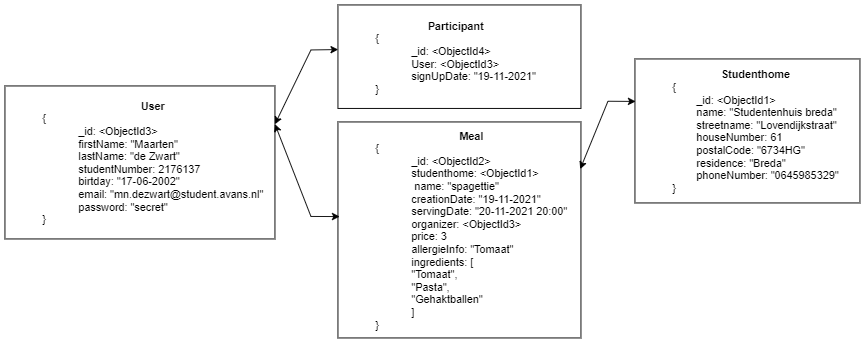
Above: src/assets/images/datamodel.png in 16Maarten/Samen-Eten-Angular (draw.io), before the change. Source tidied: cells renumbered, new cells last; positions are measured from the earlier drawing's top-left corner, leaving out a move shared by most shapes. The source it was exported from:
```xml
<mxGraphModel>
  <root>
    <mxCell id="0" />
    <mxCell id="1" parent="0" />
    <mxCell id="2" value="&lt;blockquote style=&quot;text-align: center ; margin: 0px 0px 0px 40px ; border: none ; padding: 0px&quot;&gt;&lt;b&gt;Studenthome&lt;/b&gt;&lt;/blockquote&gt;&lt;blockquote style=&quot;margin: 0 0 0 40px ; border: none ; padding: 0px&quot;&gt;{&lt;br&gt;&lt;span style=&quot;white-space: pre&quot;&gt;&#9;&lt;/span&gt;_id: &amp;lt;ObjectId1&amp;gt;&lt;br&gt;&lt;span style=&quot;white-space: pre&quot;&gt;&#9;&lt;/span&gt;name: &quot;Studentenhuis breda&quot;&lt;br&gt;&lt;span style=&quot;white-space: pre&quot;&gt;&#9;&lt;/span&gt;streetname: &quot;Lovendijkstraat&quot;&lt;br&gt;&lt;span style=&quot;white-space: pre&quot;&gt;&#9;&lt;/span&gt;houseNumber: 61&lt;br&gt;&lt;span style=&quot;white-space: pre&quot;&gt;&#9;&lt;/span&gt;postalCode: &quot;6734HG&quot;&lt;br&gt;&lt;span style=&quot;white-space: pre&quot;&gt;&#9;&lt;/span&gt;residence: &quot;Breda&quot;&lt;br&gt;&lt;span style=&quot;white-space: pre&quot;&gt;&#9;&lt;/span&gt;phoneNumber: &quot;0645985329&quot;&lt;br&gt;}&lt;/blockquote&gt;" style="rounded=0;whiteSpace=wrap;html=1;align=left;" parent="1" vertex="1">
      <mxGeometry x="700" y="60" width="250" height="160" as="geometry" />
    </mxCell>
    <mxCell id="3" value="&lt;blockquote style=&quot;text-align: center ; margin: 0px 0px 0px 40px ; border: none ; padding: 0px&quot;&gt;&lt;span&gt;&lt;b&gt;Meal&lt;/b&gt;&lt;/span&gt;&lt;/blockquote&gt;&lt;blockquote style=&quot;margin: 0 0 0 40px ; border: none ; padding: 0px&quot;&gt;&lt;span&gt;{&lt;/span&gt;&lt;blockquote style=&quot;margin: 0 0 0 40px ; border: none ; padding: 0px&quot;&gt;_id: &amp;lt;ObjectId2&amp;gt;&lt;/blockquote&gt;&lt;blockquote style=&quot;margin: 0 0 0 40px ; border: none ; padding: 0px&quot;&gt;studenthome:&amp;nbsp;&lt;span&gt;&amp;lt;ObjectId1&amp;gt;&lt;/span&gt;&lt;/blockquote&gt;&lt;blockquote style=&quot;margin: 0 0 0 40px ; border: none ; padding: 0px&quot;&gt;&amp;nbsp;&lt;span&gt;name: &quot;spagettie&quot;&lt;/span&gt;&lt;/blockquote&gt;&lt;blockquote style=&quot;margin: 0 0 0 40px ; border: none ; padding: 0px&quot;&gt;creationDate: &quot;19-11-2021&quot;&lt;/blockquote&gt;&lt;blockquote style=&quot;margin: 0 0 0 40px ; border: none ; padding: 0px&quot;&gt;servingDate: &quot;20-11-2021 20:00&quot;&lt;/blockquote&gt;&lt;blockquote style=&quot;margin: 0 0 0 40px ; border: none ; padding: 0px&quot;&gt;&lt;span&gt;organizer:&amp;nbsp;&lt;/span&gt;&lt;span&gt;&amp;lt;ObjectId3&amp;gt;&lt;/span&gt;&lt;/blockquote&gt;&lt;blockquote style=&quot;margin: 0 0 0 40px ; border: none ; padding: 0px&quot;&gt;price: 3&lt;/blockquote&gt;&lt;blockquote style=&quot;margin: 0 0 0 40px ; border: none ; padding: 0px&quot;&gt;allergieInfo: &quot;Tomaat&quot;&lt;/blockquote&gt;&lt;blockquote style=&quot;margin: 0 0 0 40px ; border: none ; padding: 0px&quot;&gt;ingredients: [&lt;/blockquote&gt;&lt;blockquote style=&quot;margin: 0 0 0 40px ; border: none ; padding: 0px&quot;&gt;&quot;Tomaat&quot;,&lt;/blockquote&gt;&lt;blockquote style=&quot;margin: 0 0 0 40px ; border: none ; padding: 0px&quot;&gt;&quot;Pasta&quot;,&lt;/blockquote&gt;&lt;blockquote style=&quot;margin: 0 0 0 40px ; border: none ; padding: 0px&quot;&gt;&quot;Gehaktballen&quot;&lt;/blockquote&gt;&lt;blockquote style=&quot;margin: 0 0 0 40px ; border: none ; padding: 0px&quot;&gt;]&lt;/blockquote&gt;&lt;div&gt;&lt;span&gt;}&lt;/span&gt;&lt;/div&gt;&lt;/blockquote&gt;&lt;span&gt;&lt;/span&gt;&lt;span&gt;&#9;&lt;/span&gt;&lt;span&gt;&lt;/span&gt;" style="rounded=0;whiteSpace=wrap;html=1;align=left;" parent="1" vertex="1">
      <mxGeometry x="370" y="130" width="270" height="240" as="geometry" />
    </mxCell>
    <mxCell id="4" value="&lt;blockquote style=&quot;text-align: center ; margin: 0px 0px 0px 40px ; border: none ; padding: 0px&quot;&gt;&lt;span&gt;&lt;b&gt;User&lt;/b&gt;&lt;/span&gt;&lt;/blockquote&gt;&lt;blockquote style=&quot;margin: 0 0 0 40px ; border: none ; padding: 0px&quot;&gt;&lt;span&gt;{&lt;br&gt;&lt;/span&gt;&lt;/blockquote&gt;&lt;blockquote style=&quot;margin: 0 0 0 40px ; border: none ; padding: 0px&quot;&gt;&lt;blockquote style=&quot;margin: 0 0 0 40px ; border: none ; padding: 0px&quot;&gt;&lt;span&gt;_id: &amp;lt;ObjectId3&amp;gt;&lt;/span&gt;&lt;/blockquote&gt;&lt;blockquote style=&quot;margin: 0 0 0 40px ; border: none ; padding: 0px&quot;&gt;&lt;span&gt;firstName: &quot;Maarten&quot;&lt;/span&gt;&lt;/blockquote&gt;&lt;blockquote style=&quot;margin: 0 0 0 40px ; border: none ; padding: 0px&quot;&gt;&lt;span&gt;lastName: &quot;de Zwart&quot;&lt;/span&gt;&lt;/blockquote&gt;&lt;blockquote style=&quot;margin: 0 0 0 40px ; border: none ; padding: 0px&quot;&gt;&lt;span&gt;studentNumber: 2176137&lt;/span&gt;&lt;/blockquote&gt;&lt;blockquote style=&quot;margin: 0 0 0 40px ; border: none ; padding: 0px&quot;&gt;&lt;span&gt;birtday: &quot;17-06-2002&quot;&lt;/span&gt;&lt;/blockquote&gt;&lt;blockquote style=&quot;margin: 0 0 0 40px ; border: none ; padding: 0px&quot;&gt;&lt;span&gt;email: &quot;mn.dezwart@student.avans.nl&quot;&lt;/span&gt;&lt;/blockquote&gt;&lt;blockquote style=&quot;margin: 0 0 0 40px ; border: none ; padding: 0px&quot;&gt;&lt;span&gt;password: &quot;secret&quot;&lt;/span&gt;&lt;/blockquote&gt;&lt;/blockquote&gt;&lt;blockquote style=&quot;margin: 0 0 0 40px ; border: none ; padding: 0px&quot;&gt;&lt;div&gt;&lt;span&gt;}&lt;/span&gt;&lt;/div&gt;&lt;/blockquote&gt;" style="rounded=0;whiteSpace=wrap;html=1;align=left;" parent="1" vertex="1">
      <mxGeometry y="90" width="300" height="170" as="geometry" />
    </mxCell>
    <mxCell id="5" value="&lt;blockquote style=&quot;text-align: center ; margin: 0px 0px 0px 40px ; border: none ; padding: 0px&quot;&gt;&lt;b&gt;Participant&lt;/b&gt;&lt;/blockquote&gt;&lt;blockquote style=&quot;margin: 0px 0px 0px 40px ; border: none ; padding: 0px&quot;&gt;{&lt;br&gt;&lt;/blockquote&gt;&lt;blockquote style=&quot;margin: 0px 0px 0px 40px ; border: none ; padding: 0px&quot;&gt;&lt;blockquote style=&quot;margin: 0px 0px 0px 40px ; border: none ; padding: 0px&quot;&gt;_id: &amp;lt;ObjectId4&amp;gt;&lt;/blockquote&gt;&lt;blockquote style=&quot;margin: 0px 0px 0px 40px ; border: none ; padding: 0px&quot;&gt;User:&amp;nbsp;&lt;span&gt;&amp;lt;ObjectId3&amp;gt;&lt;/span&gt;&lt;/blockquote&gt;&lt;blockquote style=&quot;margin: 0px 0px 0px 40px ; border: none ; padding: 0px&quot;&gt;signUpDate: &quot;19-11-2021&quot;&lt;/blockquote&gt;&lt;/blockquote&gt;&lt;blockquote style=&quot;margin: 0px 0px 0px 40px ; border: none ; padding: 0px&quot;&gt;}&lt;/blockquote&gt;" style="rounded=0;whiteSpace=wrap;html=1;align=left;" parent="1" vertex="1">
      <mxGeometry x="370" width="270" height="115" as="geometry" />
    </mxCell>
    <mxCell id="6" style="endArrow=classic;startArrow=classic;html=1;rounded=0;exitX=1;exitY=0.25;exitDx=0;exitDy=0;entryX=0.001;entryY=0.431;entryDx=0;entryDy=0;entryPerimeter=0;" parent="1" edge="1" source="4" target="5">
      <mxGeometry relative="1" as="geometry">
        <Array as="points">
          <mxPoint x="340" y="50" />
        </Array>
      </mxGeometry>
    </mxCell>
    <mxCell id="7" style="endArrow=classic;startArrow=classic;html=1;rounded=0;exitX=1;exitY=0.25;exitDx=0;exitDy=0;entryX=0.007;entryY=0.438;entryDx=0;entryDy=0;entryPerimeter=0;" parent="1" edge="1" source="4" target="3">
      <mxGeometry relative="1" as="geometry">
        <Array as="points">
          <mxPoint x="340" y="235" />
        </Array>
      </mxGeometry>
    </mxCell>
    <mxCell id="8" style="endArrow=classic;startArrow=classic;html=1;rounded=0;exitX=0.997;exitY=0.218;exitDx=0;exitDy=0;entryX=0.003;entryY=0.295;entryDx=0;entryDy=0;exitPerimeter=0;entryPerimeter=0;" parent="1" edge="1" source="3" target="2">
      <mxGeometry relative="1" as="geometry">
        <Array as="points">
          <mxPoint x="670" y="107" />
        </Array>
      </mxGeometry>
    </mxCell>
  </root>
</mxGraphModel>
```
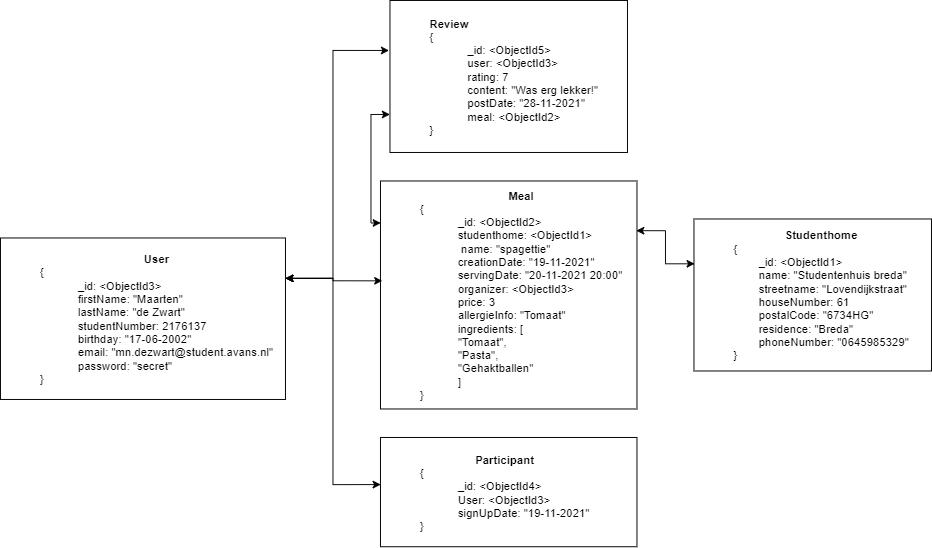
The same diagram one commit later.

Commit message:
added review to about page

Change to the diagram source:
```diff
@@ -3,37 +3,39 @@
     <mxCell id="0" />
     <mxCell id="1" parent="0" />
     <mxCell id="2" value="&lt;blockquote style=&quot;text-align: center ; margin: 0px 0px 0px 40px ; border: none ; padding: 0px&quot;&gt;&lt;b&gt;Studenthome&lt;/b&gt;&lt;/blockquote&gt;&lt;blockquote style=&quot;margin: 0 0 0 40px ; border: none ; padding: 0px&quot;&gt;{&lt;br&gt;&lt;span style=&quot;white-space: pre&quot;&gt;&#9;&lt;/span&gt;_id: &amp;lt;ObjectId1&amp;gt;&lt;br&gt;&lt;span style=&quot;white-space: pre&quot;&gt;&#9;&lt;/span&gt;name: &quot;Studentenhuis breda&quot;&lt;br&gt;&lt;span style=&quot;white-space: pre&quot;&gt;&#9;&lt;/span&gt;streetname: &quot;Lovendijkstraat&quot;&lt;br&gt;&lt;span style=&quot;white-space: pre&quot;&gt;&#9;&lt;/span&gt;houseNumber: 61&lt;br&gt;&lt;span style=&quot;white-space: pre&quot;&gt;&#9;&lt;/span&gt;postalCode: &quot;6734HG&quot;&lt;br&gt;&lt;span style=&quot;white-space: pre&quot;&gt;&#9;&lt;/span&gt;residence: &quot;Breda&quot;&lt;br&gt;&lt;span style=&quot;white-space: pre&quot;&gt;&#9;&lt;/span&gt;phoneNumber: &quot;0645985329&quot;&lt;br&gt;}&lt;/blockquote&gt;" style="rounded=0;whiteSpace=wrap;html=1;align=left;" parent="1" vertex="1">
-      <mxGeometry x="700" y="60" width="250" height="160" as="geometry" />
+      <mxGeometry x="700" y="170" width="250" height="160" as="geometry" />
     </mxCell>
     <mxCell id="3" value="&lt;blockquote style=&quot;text-align: center ; margin: 0px 0px 0px 40px ; border: none ; padding: 0px&quot;&gt;&lt;span&gt;&lt;b&gt;Meal&lt;/b&gt;&lt;/span&gt;&lt;/blockquote&gt;&lt;blockquote style=&quot;margin: 0 0 0 40px ; border: none ; padding: 0px&quot;&gt;&lt;span&gt;{&lt;/span&gt;&lt;blockquote style=&quot;margin: 0 0 0 40px ; border: none ; padding: 0px&quot;&gt;_id: &amp;lt;ObjectId2&amp;gt;&lt;/blockquote&gt;&lt;blockquote style=&quot;margin: 0 0 0 40px ; border: none ; padding: 0px&quot;&gt;studenthome:&amp;nbsp;&lt;span&gt;&amp;lt;ObjectId1&amp;gt;&lt;/span&gt;&lt;/blockquote&gt;&lt;blockquote style=&quot;margin: 0 0 0 40px ; border: none ; padding: 0px&quot;&gt;&amp;nbsp;&lt;span&gt;name: &quot;spagettie&quot;&lt;/span&gt;&lt;/blockquote&gt;&lt;blockquote style=&quot;margin: 0 0 0 40px ; border: none ; padding: 0px&quot;&gt;creationDate: &quot;19-11-2021&quot;&lt;/blockquote&gt;&lt;blockquote style=&quot;margin: 0 0 0 40px ; border: none ; padding: 0px&quot;&gt;servingDate: &quot;20-11-2021 20:00&quot;&lt;/blockquote&gt;&lt;blockquote style=&quot;margin: 0 0 0 40px ; border: none ; padding: 0px&quot;&gt;&lt;span&gt;organizer:&amp;nbsp;&lt;/span&gt;&lt;span&gt;&amp;lt;ObjectId3&amp;gt;&lt;/span&gt;&lt;/blockquote&gt;&lt;blockquote style=&quot;margin: 0 0 0 40px ; border: none ; padding: 0px&quot;&gt;price: 3&lt;/blockquote&gt;&lt;blockquote style=&quot;margin: 0 0 0 40px ; border: none ; padding: 0px&quot;&gt;allergieInfo: &quot;Tomaat&quot;&lt;/blockquote&gt;&lt;blockquote style=&quot;margin: 0 0 0 40px ; border: none ; padding: 0px&quot;&gt;ingredients: [&lt;/blockquote&gt;&lt;blockquote style=&quot;margin: 0 0 0 40px ; border: none ; padding: 0px&quot;&gt;&quot;Tomaat&quot;,&lt;/blockquote&gt;&lt;blockquote style=&quot;margin: 0 0 0 40px ; border: none ; padding: 0px&quot;&gt;&quot;Pasta&quot;,&lt;/blockquote&gt;&lt;blockquote style=&quot;margin: 0 0 0 40px ; border: none ; padding: 0px&quot;&gt;&quot;Gehaktballen&quot;&lt;/blockquote&gt;&lt;blockquote style=&quot;margin: 0 0 0 40px ; border: none ; padding: 0px&quot;&gt;]&lt;/blockquote&gt;&lt;div&gt;&lt;span&gt;}&lt;/span&gt;&lt;/div&gt;&lt;/blockquote&gt;&lt;span&gt;&lt;/span&gt;&lt;span&gt;&#9;&lt;/span&gt;&lt;span&gt;&lt;/span&gt;" style="rounded=0;whiteSpace=wrap;html=1;align=left;" parent="1" vertex="1">
       <mxGeometry x="370" y="130" width="270" height="240" as="geometry" />
     </mxCell>
-    <mxCell id="4" value="&lt;blockquote style=&quot;text-align: center ; margin: 0px 0px 0px 40px ; border: none ; padding: 0px&quot;&gt;&lt;span&gt;&lt;b&gt;User&lt;/b&gt;&lt;/span&gt;&lt;/blockquote&gt;&lt;blockquote style=&quot;margin: 0 0 0 40px ; border: none ; padding: 0px&quot;&gt;&lt;span&gt;{&lt;br&gt;&lt;/span&gt;&lt;/blockquote&gt;&lt;blockquote style=&quot;margin: 0 0 0 40px ; border: none ; padding: 0px&quot;&gt;&lt;blockquote style=&quot;margin: 0 0 0 40px ; border: none ; padding: 0px&quot;&gt;&lt;span&gt;_id: &amp;lt;ObjectId3&amp;gt;&lt;/span&gt;&lt;/blockquote&gt;&lt;blockquote style=&quot;margin: 0 0 0 40px ; border: none ; padding: 0px&quot;&gt;&lt;span&gt;firstName: &quot;Maarten&quot;&lt;/span&gt;&lt;/blockquote&gt;&lt;blockquote style=&quot;margin: 0 0 0 40px ; border: none ; padding: 0px&quot;&gt;&lt;span&gt;lastName: &quot;de Zwart&quot;&lt;/span&gt;&lt;/blockquote&gt;&lt;blockquote style=&quot;margin: 0 0 0 40px ; border: none ; padding: 0px&quot;&gt;&lt;span&gt;studentNumber: 2176137&lt;/span&gt;&lt;/blockquote&gt;&lt;blockquote style=&quot;margin: 0 0 0 40px ; border: none ; padding: 0px&quot;&gt;&lt;span&gt;birtday: &quot;17-06-2002&quot;&lt;/span&gt;&lt;/blockquote&gt;&lt;blockquote style=&quot;margin: 0 0 0 40px ; border: none ; padding: 0px&quot;&gt;&lt;span&gt;email: &quot;mn.dezwart@student.avans.nl&quot;&lt;/span&gt;&lt;/blockquote&gt;&lt;blockquote style=&quot;margin: 0 0 0 40px ; border: none ; padding: 0px&quot;&gt;&lt;span&gt;password: &quot;secret&quot;&lt;/span&gt;&lt;/blockquote&gt;&lt;/blockquote&gt;&lt;blockquote style=&quot;margin: 0 0 0 40px ; border: none ; padding: 0px&quot;&gt;&lt;div&gt;&lt;span&gt;}&lt;/span&gt;&lt;/div&gt;&lt;/blockquote&gt;" style="rounded=0;whiteSpace=wrap;html=1;align=left;" parent="1" vertex="1">
-      <mxGeometry y="90" width="300" height="170" as="geometry" />
+    <mxCell id="4" value="&lt;blockquote style=&quot;text-align: center ; margin: 0px 0px 0px 40px ; border: none ; padding: 0px&quot;&gt;&lt;span&gt;&lt;b&gt;User&lt;/b&gt;&lt;/span&gt;&lt;/blockquote&gt;&lt;blockquote style=&quot;margin: 0 0 0 40px ; border: none ; padding: 0px&quot;&gt;&lt;span&gt;{&lt;br&gt;&lt;/span&gt;&lt;/blockquote&gt;&lt;blockquote style=&quot;margin: 0 0 0 40px ; border: none ; padding: 0px&quot;&gt;&lt;blockquote style=&quot;margin: 0 0 0 40px ; border: none ; padding: 0px&quot;&gt;&lt;span&gt;_id: &amp;lt;ObjectId3&amp;gt;&lt;/span&gt;&lt;/blockquote&gt;&lt;blockquote style=&quot;margin: 0 0 0 40px ; border: none ; padding: 0px&quot;&gt;&lt;span&gt;firstName: &quot;Maarten&quot;&lt;/span&gt;&lt;/blockquote&gt;&lt;blockquote style=&quot;margin: 0 0 0 40px ; border: none ; padding: 0px&quot;&gt;&lt;span&gt;lastName: &quot;de Zwart&quot;&lt;/span&gt;&lt;/blockquote&gt;&lt;blockquote style=&quot;margin: 0 0 0 40px ; border: none ; padding: 0px&quot;&gt;&lt;span&gt;studentNumber: 2176137&lt;/span&gt;&lt;/blockquote&gt;&lt;blockquote style=&quot;margin: 0 0 0 40px ; border: none ; padding: 0px&quot;&gt;&lt;span&gt;birthday: &quot;17-06-2002&quot;&lt;/span&gt;&lt;/blockquote&gt;&lt;blockquote style=&quot;margin: 0 0 0 40px ; border: none ; padding: 0px&quot;&gt;&lt;span&gt;email: &quot;mn.dezwart@student.avans.nl&quot;&lt;/span&gt;&lt;/blockquote&gt;&lt;blockquote style=&quot;margin: 0 0 0 40px ; border: none ; padding: 0px&quot;&gt;&lt;span&gt;password: &quot;secret&quot;&lt;/span&gt;&lt;/blockquote&gt;&lt;/blockquote&gt;&lt;blockquote style=&quot;margin: 0 0 0 40px ; border: none ; padding: 0px&quot;&gt;&lt;div&gt;&lt;span&gt;}&lt;/span&gt;&lt;/div&gt;&lt;/blockquote&gt;" style="rounded=0;whiteSpace=wrap;html=1;align=left;" parent="1" vertex="1">
+      <mxGeometry x="-30" y="190" width="300" height="170" as="geometry" />
     </mxCell>
     <mxCell id="5" value="&lt;blockquote style=&quot;text-align: center ; margin: 0px 0px 0px 40px ; border: none ; padding: 0px&quot;&gt;&lt;b&gt;Participant&lt;/b&gt;&lt;/blockquote&gt;&lt;blockquote style=&quot;margin: 0px 0px 0px 40px ; border: none ; padding: 0px&quot;&gt;{&lt;br&gt;&lt;/blockquote&gt;&lt;blockquote style=&quot;margin: 0px 0px 0px 40px ; border: none ; padding: 0px&quot;&gt;&lt;blockquote style=&quot;margin: 0px 0px 0px 40px ; border: none ; padding: 0px&quot;&gt;_id: &amp;lt;ObjectId4&amp;gt;&lt;/blockquote&gt;&lt;blockquote style=&quot;margin: 0px 0px 0px 40px ; border: none ; padding: 0px&quot;&gt;User:&amp;nbsp;&lt;span&gt;&amp;lt;ObjectId3&amp;gt;&lt;/span&gt;&lt;/blockquote&gt;&lt;blockquote style=&quot;margin: 0px 0px 0px 40px ; border: none ; padding: 0px&quot;&gt;signUpDate: &quot;19-11-2021&quot;&lt;/blockquote&gt;&lt;/blockquote&gt;&lt;blockquote style=&quot;margin: 0px 0px 0px 40px ; border: none ; padding: 0px&quot;&gt;}&lt;/blockquote&gt;" style="rounded=0;whiteSpace=wrap;html=1;align=left;" parent="1" vertex="1">
-      <mxGeometry x="370" width="270" height="115" as="geometry" />
+      <mxGeometry x="370" y="400" width="270" height="115" as="geometry" />
     </mxCell>
-    <mxCell id="6" style="endArrow=classic;startArrow=classic;html=1;rounded=0;exitX=1;exitY=0.25;exitDx=0;exitDy=0;entryX=0.001;entryY=0.431;entryDx=0;entryDy=0;entryPerimeter=0;" parent="1" edge="1" source="4" target="5">
-      <mxGeometry relative="1" as="geometry">
-        <Array as="points">
-          <mxPoint x="340" y="50" />
-        </Array>
-      </mxGeometry>
+    <mxCell id="6" style="endArrow=classic;startArrow=classic;html=1;rounded=0;exitX=1;exitY=0.25;exitDx=0;exitDy=0;entryX=0.001;entryY=0.431;entryDx=0;entryDy=0;entryPerimeter=0;edgeStyle=orthogonalEdgeStyle;" parent="1" edge="1" source="4" target="5">
+      <mxGeometry relative="1" as="geometry" />
     </mxCell>
-    <mxCell id="7" style="endArrow=classic;startArrow=classic;html=1;rounded=0;exitX=1;exitY=0.25;exitDx=0;exitDy=0;entryX=0.007;entryY=0.438;entryDx=0;entryDy=0;entryPerimeter=0;" parent="1" edge="1" source="4" target="3">
-      <mxGeometry relative="1" as="geometry">
-        <Array as="points">
-          <mxPoint x="340" y="235" />
-        </Array>
-      </mxGeometry>
+    <mxCell id="7" style="endArrow=classic;startArrow=classic;html=1;rounded=0;exitX=1;exitY=0.25;exitDx=0;exitDy=0;entryX=0.007;entryY=0.438;entryDx=0;entryDy=0;entryPerimeter=0;edgeStyle=orthogonalEdgeStyle;" parent="1" edge="1" source="4" target="3">
+      <mxGeometry relative="1" as="geometry" />
     </mxCell>
-    <mxCell id="8" style="endArrow=classic;startArrow=classic;html=1;rounded=0;exitX=0.997;exitY=0.218;exitDx=0;exitDy=0;entryX=0.003;entryY=0.295;entryDx=0;entryDy=0;exitPerimeter=0;entryPerimeter=0;" parent="1" edge="1" source="3" target="2">
-      <mxGeometry relative="1" as="geometry">
-        <Array as="points">
-          <mxPoint x="670" y="107" />
-        </Array>
-      </mxGeometry>
+    <mxCell id="8" style="endArrow=classic;startArrow=classic;html=1;rounded=0;exitX=0.997;exitY=0.218;exitDx=0;exitDy=0;entryX=0.003;entryY=0.295;entryDx=0;entryDy=0;exitPerimeter=0;entryPerimeter=0;edgeStyle=orthogonalEdgeStyle;" parent="1" edge="1" source="3" target="2">
+      <mxGeometry relative="1" as="geometry" />
     </mxCell>
+    <mxCell id="9" value="&lt;blockquote style=&quot;margin: 0px 0px 0px 40px ; border: none ; padding: 0px&quot;&gt;&lt;b&gt;Review&lt;/b&gt;&lt;/blockquote&gt;&lt;blockquote style=&quot;margin: 0px 0px 0px 40px ; border: none ; padding: 0px&quot;&gt;{&lt;br&gt;&lt;/blockquote&gt;&lt;blockquote style=&quot;margin: 0px 0px 0px 40px ; border: none ; padding: 0px&quot;&gt;&lt;blockquote style=&quot;margin: 0px 0px 0px 40px ; border: none ; padding: 0px&quot;&gt;_id: &amp;lt;ObjectId5&amp;gt;&lt;/blockquote&gt;&lt;blockquote style=&quot;margin: 0px 0px 0px 40px ; border: none ; padding: 0px&quot;&gt;user:&amp;nbsp;&lt;span&gt;&amp;lt;ObjectId3&amp;gt;&lt;/span&gt;&lt;/blockquote&gt;&lt;blockquote style=&quot;margin: 0px 0px 0px 40px ; border: none ; padding: 0px&quot;&gt;rating: 7&lt;/blockquote&gt;&lt;blockquote style=&quot;margin: 0px 0px 0px 40px ; border: none ; padding: 0px&quot;&gt;content: &quot;Was erg lekker!&quot;&lt;/blockquote&gt;&lt;blockquote style=&quot;margin: 0px 0px 0px 40px ; border: none ; padding: 0px&quot;&gt;postDate: &quot;28-11-2021&quot;&lt;/blockquote&gt;&lt;blockquote style=&quot;margin: 0px 0px 0px 40px ; border: none ; padding: 0px&quot;&gt;meal: &amp;lt;&lt;span&gt;ObjectId2&lt;/span&gt;&lt;span&gt;&amp;gt;&lt;/span&gt;&lt;/blockquote&gt;&lt;/blockquote&gt;&lt;blockquote style=&quot;margin: 0px 0px 0px 40px ; border: none ; padding: 0px&quot;&gt;}&lt;/blockquote&gt;" style="rounded=0;whiteSpace=wrap;html=1;align=left;" parent="1" vertex="1">
+      <mxGeometry x="380" y="-60" width="250" height="160" as="geometry" />
+    </mxCell>
+    <mxCell id="10" style="endArrow=classic;startArrow=classic;html=1;rounded=0;exitX=1;exitY=0.25;exitDx=0;exitDy=0;entryX=-0.004;entryY=0.329;entryDx=0;entryDy=0;entryPerimeter=0;edgeStyle=orthogonalEdgeStyle;" parent="1" edge="1" source="4" target="9">
+      <mxGeometry relative="1" as="geometry">
+        <Array as="points">
+          <mxPoint x="320" y="233" />
+          <mxPoint x="320" y="-7" />
+        </Array>
+      </mxGeometry>
+    </mxCell>
+    <mxCell id="11" style="endArrow=classic;startArrow=classic;html=1;rounded=0;edgeStyle=orthogonalEdgeStyle;entryX=0;entryY=0.75;entryDx=0;entryDy=0;exitX=0.001;exitY=0.184;exitDx=0;exitDy=0;exitPerimeter=0;" parent="1" edge="1" source="3" target="9">
+      <mxGeometry relative="1" as="geometry" />
+    </mxCell>
   </root>
 </mxGraphModel>
```
